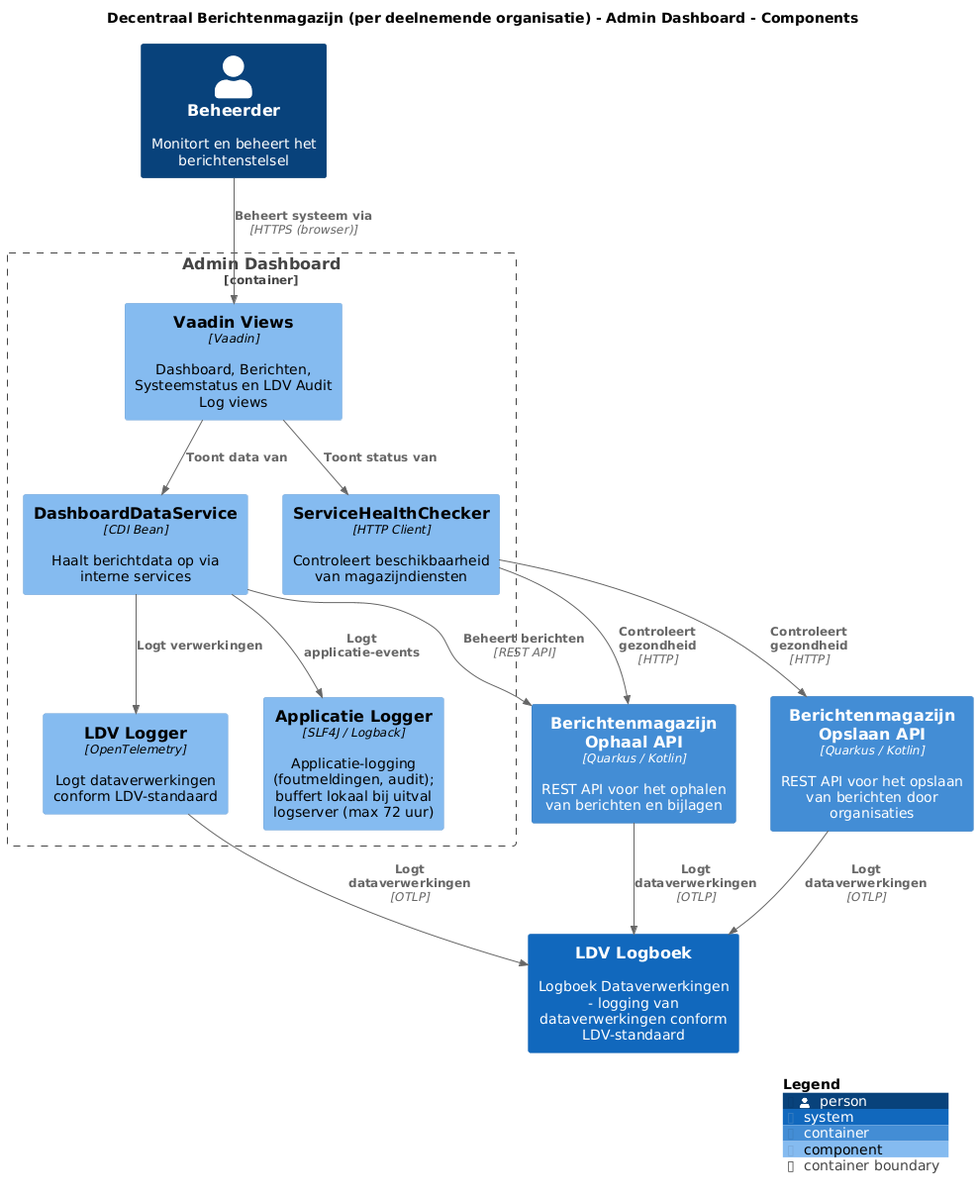
This is pr-preview/pr-16/master/png/AdminDashboardComponenten.png from MinBZK/moza-poc-fbs-berichtenbox, a PlantUML export, as it was before one commit.
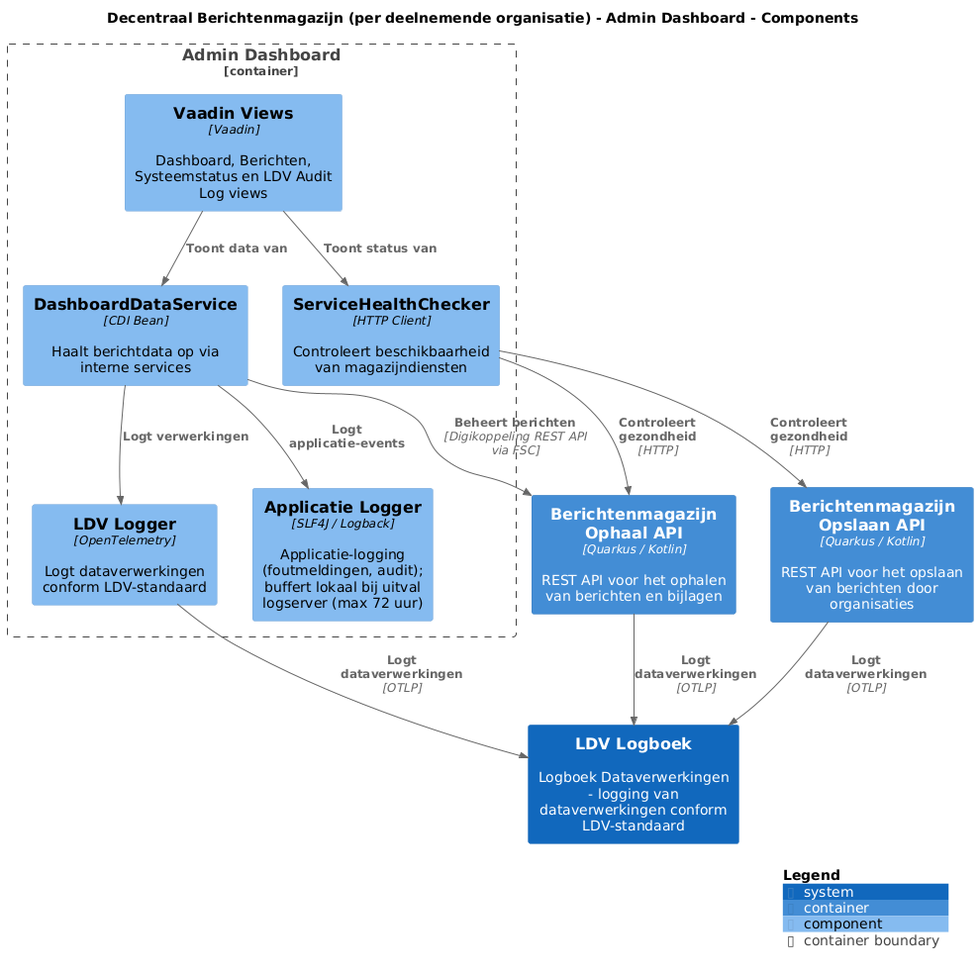
After the change.

Change to the diagram source:
```diff
@@ -9,7 +9,6 @@
 !include <C4/C4_Container>
 !include <C4/C4_Component>
 
-Person(Beheerder, "Beheerder", $descr="Monitort en beheert het berichtenstelsel", $tags="", $link="")
 Container(DecentraalBerichtenmagazijnperdeelnemendeorganisatie.BerichtenmagazijnOphaalAPI, "Berichtenmagazijn Ophaal API", $techn="Quarkus / Kotlin", $descr="REST API voor het ophalen van berichten en bijlagen", $tags="", $link="")
 Container(DecentraalBerichtenmagazijnperdeelnemendeorganisatie.BerichtenmagazijnOpslaanAPI, "Berichtenmagazijn Opslaan API", $techn="Quarkus / Kotlin", $descr="REST API voor het opslaan van berichten door organisaties", $tags="", $link="")
 System(LDVLogboek, "LDV Logboek", $descr="Logboek Dataverwerkingen - logging van dataverwerkingen conform LDV-standaard", $tags="", $link="")
@@ -29,10 +28,9 @@
 Rel(DecentraalBerichtenmagazijnperdeelnemendeorganisatie.AdminDashboard.VaadinViews, DecentraalBerichtenmagazijnperdeelnemendeorganisatie.AdminDashboard.ServiceHealthChecker, "Toont status van", $techn="", $tags="", $link="")
 Rel(DecentraalBerichtenmagazijnperdeelnemendeorganisatie.AdminDashboard.DashboardDataService, DecentraalBerichtenmagazijnperdeelnemendeorganisatie.AdminDashboard.LDVLogger, "Logt verwerkingen", $techn="", $tags="", $link="")
 Rel(DecentraalBerichtenmagazijnperdeelnemendeorganisatie.AdminDashboard.DashboardDataService, DecentraalBerichtenmagazijnperdeelnemendeorganisatie.AdminDashboard.ApplicatieLogger, "Logt applicatie-events", $techn="", $tags="", $link="")
-Rel(DecentraalBerichtenmagazijnperdeelnemendeorganisatie.AdminDashboard.DashboardDataService, DecentraalBerichtenmagazijnperdeelnemendeorganisatie.BerichtenmagazijnOphaalAPI, "Beheert berichten", $techn="REST API", $tags="", $link="")
+Rel(DecentraalBerichtenmagazijnperdeelnemendeorganisatie.AdminDashboard.DashboardDataService, DecentraalBerichtenmagazijnperdeelnemendeorganisatie.BerichtenmagazijnOphaalAPI, "Beheert berichten", $techn="Digikoppeling REST API via FSC", $tags="", $link="")
 Rel(DecentraalBerichtenmagazijnperdeelnemendeorganisatie.AdminDashboard.ServiceHealthChecker, DecentraalBerichtenmagazijnperdeelnemendeorganisatie.BerichtenmagazijnOphaalAPI, "Controleert gezondheid", $techn="HTTP", $tags="", $link="")
 Rel(DecentraalBerichtenmagazijnperdeelnemendeorganisatie.AdminDashboard.ServiceHealthChecker, DecentraalBerichtenmagazijnperdeelnemendeorganisatie.BerichtenmagazijnOpslaanAPI, "Controleert gezondheid", $techn="HTTP", $tags="", $link="")
-Rel(Beheerder, DecentraalBerichtenmagazijnperdeelnemendeorganisatie.AdminDashboard.VaadinViews, "Beheert systeem via", $techn="HTTPS (browser)", $tags="", $link="")
 
 SHOW_LEGEND(true)
 @enduml
```
